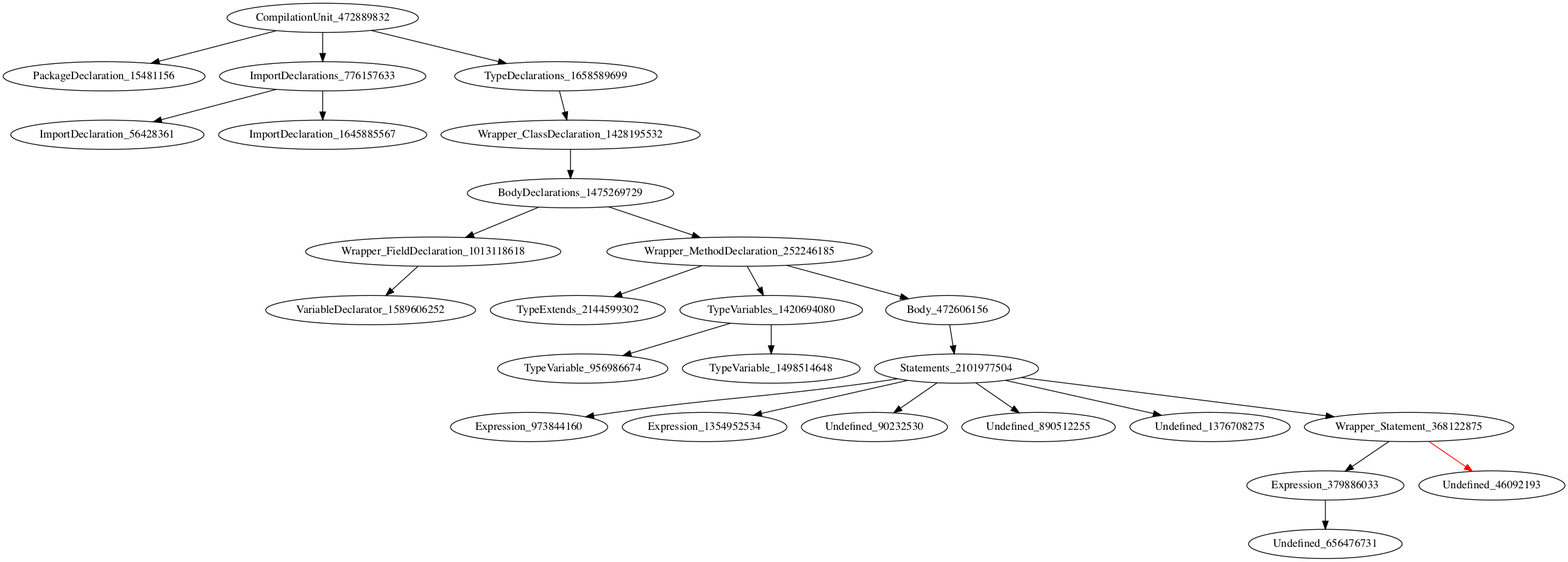
The Graphviz diagram holeAST.png in icse2023material/VoiceJava, before a commit. Its source is kept beside it as holeAST.dot.
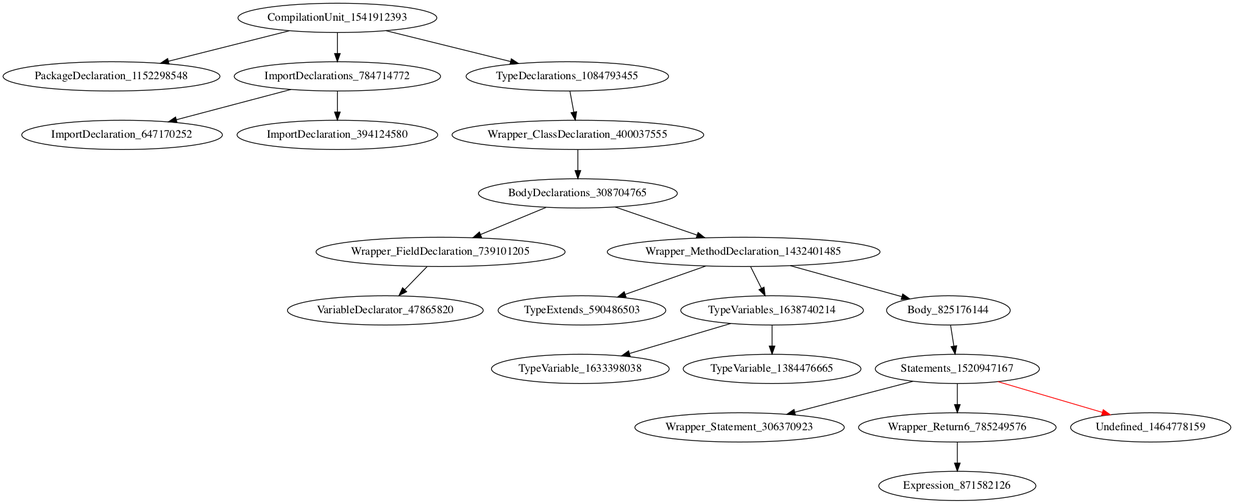
After the change.

Commit message:
[add] return expression code generation

What changed in the source:
```diff
@@ -1,27 +1,22 @@
 digraph {
-CompilationUnit_472889832 -> PackageDeclaration_15481156
-CompilationUnit_472889832 -> ImportDeclarations_776157633
-CompilationUnit_472889832 -> TypeDeclarations_1658589699
-ImportDeclarations_776157633 -> ImportDeclaration_56428361
-ImportDeclarations_776157633 -> ImportDeclaration_1645885567
-TypeDeclarations_1658589699 -> Wrapper_ClassDeclaration_1428195532
-Wrapper_ClassDeclaration_1428195532 -> BodyDeclarations_1475269729
-BodyDeclarations_1475269729 -> Wrapper_FieldDeclaration_1013118618
-BodyDeclarations_1475269729 -> Wrapper_MethodDeclaration_252246185
-Wrapper_FieldDeclaration_1013118618 -> VariableDeclarator_1589606252
-Wrapper_MethodDeclaration_252246185 -> TypeExtends_2144599302
-Wrapper_MethodDeclaration_252246185 -> TypeVariables_1420694080
-Wrapper_MethodDeclaration_252246185 -> Body_472606156
-TypeVariables_1420694080 -> TypeVariable_956986674
-TypeVariables_1420694080 -> TypeVariable_1498514648
-Body_472606156 -> Statements_2101977504
-Statements_2101977504 -> Expression_973844160
-Statements_2101977504 -> Expression_1354952534
-Statements_2101977504 -> Undefined_90232530
-Statements_2101977504 -> Undefined_890512255
-Statements_2101977504 -> Undefined_1376708275
-Statements_2101977504 -> Wrapper_Statement_368122875
-Wrapper_Statement_368122875 -> Expression_379886033
-Wrapper_Statement_368122875 -> Undefined_46092193 [color = red]
-Expression_379886033 -> Undefined_656476731
+CompilationUnit_1541912393 -> PackageDeclaration_1152298548
+CompilationUnit_1541912393 -> ImportDeclarations_784714772
+CompilationUnit_1541912393 -> TypeDeclarations_1084793455
+ImportDeclarations_784714772 -> ImportDeclaration_647170252
+ImportDeclarations_784714772 -> ImportDeclaration_394124580
+TypeDeclarations_1084793455 -> Wrapper_ClassDeclaration_400037555
+Wrapper_ClassDeclaration_400037555 -> BodyDeclarations_308704765
+BodyDeclarations_308704765 -> Wrapper_FieldDeclaration_739101205
+BodyDeclarations_308704765 -> Wrapper_MethodDeclaration_1432401485
+Wrapper_FieldDeclaration_739101205 -> VariableDeclarator_47865820
+Wrapper_MethodDeclaration_1432401485 -> TypeExtends_590486503
+Wrapper_MethodDeclaration_1432401485 -> TypeVariables_1638740214
+Wrapper_MethodDeclaration_1432401485 -> Body_825176144
+TypeVariables_1638740214 -> TypeVariable_1633398038
+TypeVariables_1638740214 -> TypeVariable_1384476665
+Body_825176144 -> Statements_1520947167
+Statements_1520947167 -> Wrapper_Statement_306370923
+Statements_1520947167 -> Wrapper_Return6_785249576
+Statements_1520947167 -> Undefined_1464778159 [color = red]
+Wrapper_Return6_785249576 -> Expression_871582126
 }
```
